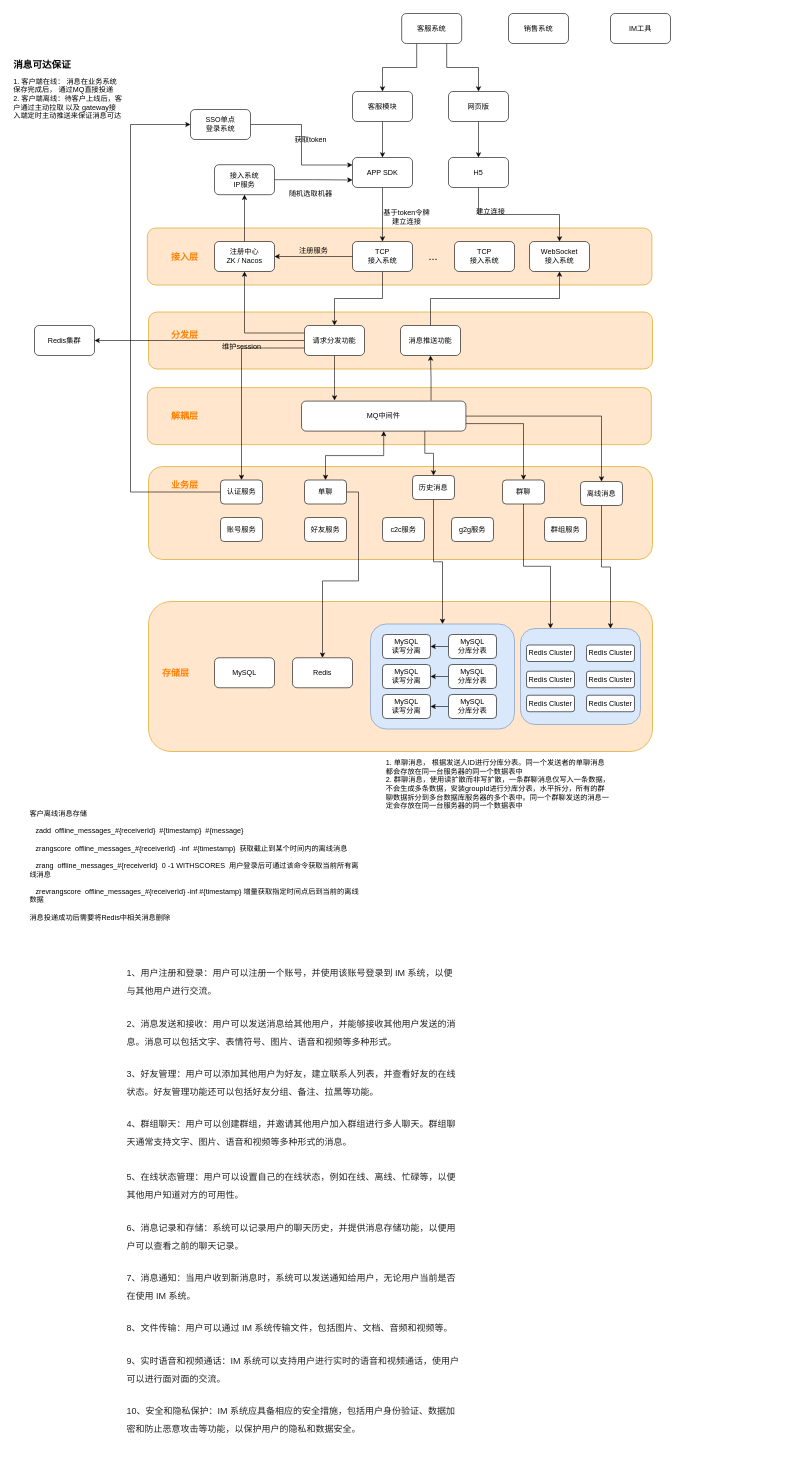
Above: page "IM架构" (1 of 5) of docs/flowchart.drawio in linkypi/my-im (draw.io), before the change. Source tidied: cells renumbered, new cells numbered last; positions are measured from the earlier drawing's top-left corner, leaving out a move shared by most shapes. Both pictures are drawn from the tidied source at 60%, with x=0, y=0 at pixel (10, 13).
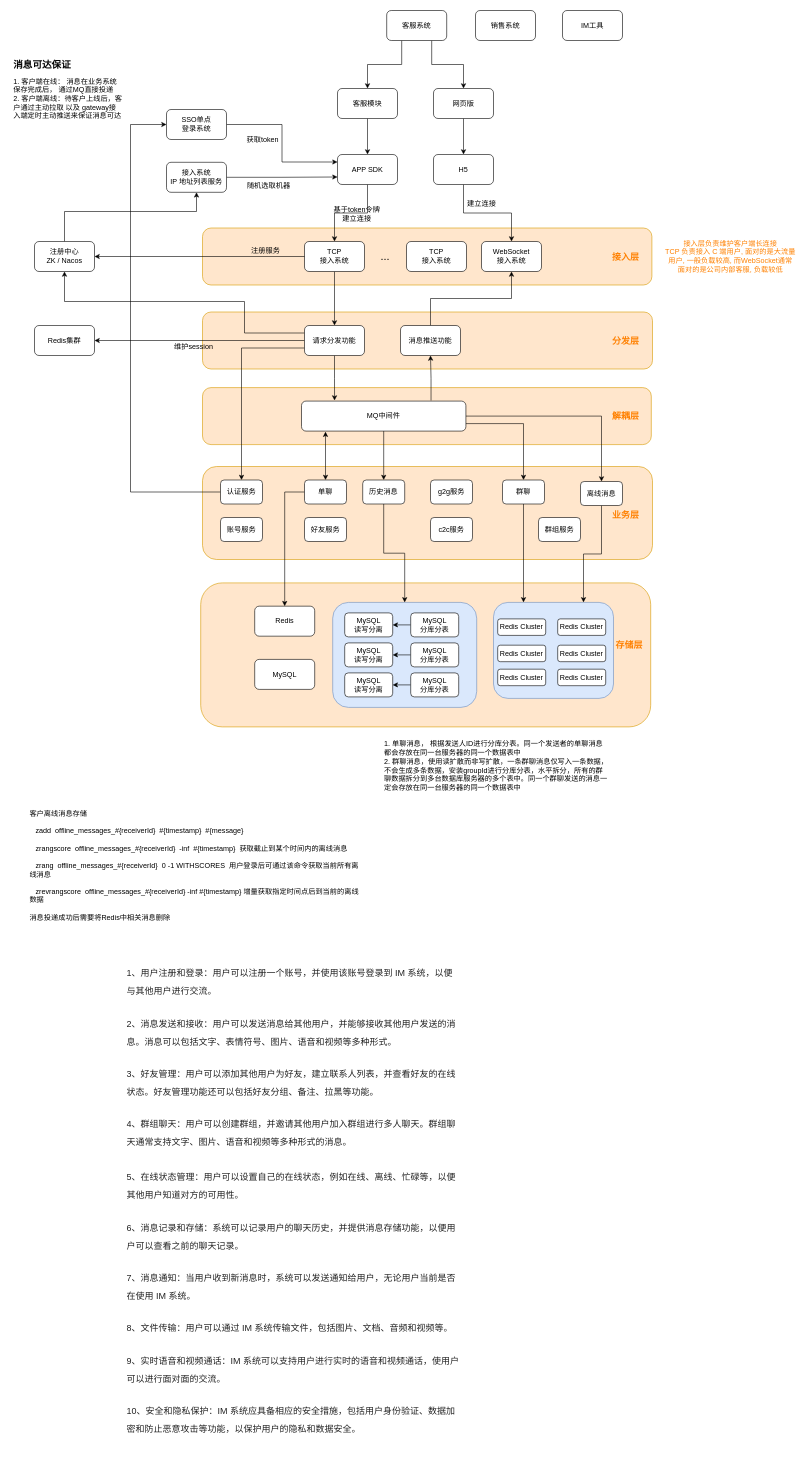
After the change.

Unchanged cells that the change refers to:
```xml
<mxCell id="16" value="请求分发功能" style="rounded=1;whiteSpace=wrap;html=1;" parent="1" vertex="1">
  <mxGeometry x="490" y="520" width="100" height="50" as="geometry" />
</mxCell>
<mxCell id="24" value="MQ中间件" style="rounded=1;whiteSpace=wrap;html=1;" parent="1" vertex="1">
  <mxGeometry x="485" y="646" width="274" height="50" as="geometry" />
</mxCell>
<mxCell id="32" value="单聊" style="rounded=1;whiteSpace=wrap;html=1;" parent="1" vertex="1">
  <mxGeometry x="490" y="777.5" width="70" height="40" as="geometry" />
</mxCell>
```

Diff of the diagram source:
```diff
@@
     <mxCell id="2" style="rounded=1;whiteSpace=wrap;html=1;fillColor=#ffe6cc;strokeColor=#d79b00;" parent="1" vertex="1">
-      <mxGeometry x="230" y="980" width="840" height="250" as="geometry" />
+      <mxGeometry x="317" y="949" width="750" height="240" as="geometry" />
     </mxCell>
     <mxCell id="3" style="rounded=1;whiteSpace=wrap;html=1;fillColor=#dae8fc;strokeColor=#6c8ebf;" parent="1" vertex="1">
-      <mxGeometry x="600" y="1017.5" width="240" height="175" as="geometry" />
+      <mxGeometry x="537" y="981.5" width="240" height="175" as="geometry" />
     </mxCell>
     <mxCell id="4" style="rounded=1;whiteSpace=wrap;html=1;fillColor=#ffe6cc;strokeColor=#d79b00;" parent="1" vertex="1">
-      <mxGeometry x="230" y="497.5" width="840" height="95" as="geometry" />
+      <mxGeometry x="320" y="497.5" width="750" height="95" as="geometry" />
     </mxCell>
     <mxCell id="5" style="rounded=1;whiteSpace=wrap;html=1;fillColor=#ffe6cc;strokeColor=#d79b00;" parent="1" vertex="1">
-      <mxGeometry x="228" y="623.5" width="840" height="95" as="geometry" />
+      <mxGeometry x="320" y="623.5" width="748" height="95" as="geometry" />
     </mxCell>
     <mxCell id="6" style="rounded=1;whiteSpace=wrap;html=1;fillColor=#dae8fc;strokeColor=#6c8ebf;" parent="1" vertex="1">
-      <mxGeometry x="850" y="1025" width="200" height="160" as="geometry" />
+      <mxGeometry x="805" y="981.5" width="200" height="160" as="geometry" />
     </mxCell>
     <mxCell id="7" style="rounded=1;whiteSpace=wrap;html=1;fillColor=#ffe6cc;strokeColor=#d79b00;" parent="1" vertex="1">
-      <mxGeometry x="230" y="755" width="840" height="155" as="geometry" />
+      <mxGeometry x="320" y="755" width="750" height="155" as="geometry" />
     </mxCell>
     <mxCell id="8" style="rounded=1;whiteSpace=wrap;html=1;fillColor=#ffe6cc;strokeColor=#d79b00;" parent="1" vertex="1">
-      <mxGeometry x="228" y="357.5" width="841" height="95" as="geometry" />
+      <mxGeometry x="320" y="357.5" width="749" height="95" as="geometry" />
     </mxCell>
@@
     <mxCell id="10" value="TCP&lt;br&gt;接入系统" style="rounded=1;whiteSpace=wrap;html=1;" parent="1" vertex="1">
-      <mxGeometry x="570" y="380" width="100" height="50" as="geometry" />
+      <mxGeometry x="490" y="380" width="100" height="50" as="geometry" />
     </mxCell>
     <mxCell id="11" value="WebSocket&lt;br&gt;接入系统" style="rounded=1;whiteSpace=wrap;html=1;" parent="1" vertex="1">
-      <mxGeometry x="865" y="380" width="100" height="50" as="geometry" />
+      <mxGeometry x="785" y="380" width="100" height="50" as="geometry" />
     </mxCell>
@@
     <mxCell id="14" style="edgeStyle=orthogonalEdgeStyle;rounded=0;jettySize=auto;html=1;exitX=0;exitY=0.25;exitDx=0;exitDy=0;entryX=0.5;entryY=1;entryDx=0;entryDy=0;" parent="1" edge="1" source="16" target="56">
-      <mxGeometry relative="1" as="geometry" />
+      <mxGeometry relative="1" as="geometry">
+        <Array as="points">
+          <mxPoint x="390" y="533" />
+          <mxPoint x="390" y="480" />
+          <mxPoint x="90" y="480" />
+        </Array>
+      </mxGeometry>
     </mxCell>
@@
-    <mxCell id="20" style="edgeStyle=orthogonalEdgeStyle;rounded=0;jettySize=auto;html=1;exitX=0.5;exitY=1;exitDx=0;exitDy=0;entryX=0.5;entryY=0;entryDx=0;entryDy=0;startArrow=classic;startFill=1;" parent="1" edge="1" source="24" target="32">
+    <mxCell id="20" style="edgeStyle=orthogonalEdgeStyle;rounded=0;jettySize=auto;html=1;exitX=0.146;exitY=1.02;exitDx=0;exitDy=0;entryX=0.5;entryY=0;entryDx=0;entryDy=0;startArrow=classic;startFill=1;exitPerimeter=0;" parent="1" edge="1" source="24" target="32">
       <mxGeometry relative="1" as="geometry" />
     </mxCell>
@@
-    <mxCell id="22" style="edgeStyle=orthogonalEdgeStyle;rounded=0;jettySize=auto;html=1;exitX=0.75;exitY=1;exitDx=0;exitDy=0;entryX=0.5;entryY=0;entryDx=0;entryDy=0;" parent="1" edge="1" source="24" target="71">
+    <mxCell id="22" style="edgeStyle=orthogonalEdgeStyle;rounded=0;jettySize=auto;html=1;exitX=0.5;exitY=1;exitDx=0;exitDy=0;entryX=0.5;entryY=0;entryDx=0;entryDy=0;" parent="1" edge="1" source="24" target="71">
       <mxGeometry relative="1" as="geometry" />
     </mxCell>
@@
     <mxCell id="26" value="APP SDK" style="rounded=1;whiteSpace=wrap;html=1;" parent="1" vertex="1">
-      <mxGeometry x="570" y="240" width="100" height="50" as="geometry" />
+      <mxGeometry x="545" y="235" width="100" height="50" as="geometry" />
     </mxCell>
@@
     <mxCell id="28" value="H5" style="rounded=1;whiteSpace=wrap;html=1;" parent="1" vertex="1">
-      <mxGeometry x="730" y="240" width="100" height="50" as="geometry" />
+      <mxGeometry x="705" y="235" width="100" height="50" as="geometry" />
     </mxCell>
     <mxCell id="29" value="基于token令牌&lt;br&gt;建立连接" style="text;html=1;align=center;verticalAlign=middle;strokeColor=none;fillColor=none;" parent="1" vertex="1">
-      <mxGeometry x="610" y="320" width="100" height="40" as="geometry" />
+      <mxGeometry x="527" y="315" width="100" height="40" as="geometry" />
     </mxCell>
     <mxCell id="30" value="建立连接" style="text;html=1;align=center;verticalAlign=middle;strokeColor=none;fillColor=none;" parent="1" vertex="1">
-      <mxGeometry x="765" y="315" width="70" height="30" as="geometry" />
+      <mxGeometry x="750" y="302" width="70" height="30" as="geometry" />
     </mxCell>
-    <mxCell id="31" style="edgeStyle=orthogonalEdgeStyle;rounded=0;jettySize=auto;html=1;exitX=1;exitY=0.5;exitDx=0;exitDy=0;entryX=0.5;entryY=0;entryDx=0;entryDy=0;" parent="1" edge="1" source="32" target="39">
+    <mxCell id="31" style="edgeStyle=orthogonalEdgeStyle;rounded=0;jettySize=auto;html=1;exitX=0;exitY=0.5;exitDx=0;exitDy=0;entryX=0.5;entryY=0;entryDx=0;entryDy=0;" parent="1" edge="1" source="32" target="39">
       <mxGeometry relative="1" as="geometry" />
     </mxCell>
@@
     <mxCell id="39" value="Redis" style="rounded=1;whiteSpace=wrap;html=1;" parent="1" vertex="1">
-      <mxGeometry x="470" y="1073.8" width="100" height="50" as="geometry" />
+      <mxGeometry x="407" y="987.8" width="100" height="50" as="geometry" />
     </mxCell>
     <mxCell id="40" value="MySQL" style="rounded=1;whiteSpace=wrap;html=1;" parent="1" vertex="1">
-      <mxGeometry x="340" y="1073.8" width="100" height="50" as="geometry" />
+      <mxGeometry x="407" y="1076.5" width="100" height="50" as="geometry" />
     </mxCell>
@@
     <mxCell id="42" value="客服模块" style="rounded=1;whiteSpace=wrap;html=1;" parent="1" vertex="1">
-      <mxGeometry x="570" y="130" width="100" height="50" as="geometry" />
+      <mxGeometry x="545" y="125" width="100" height="50" as="geometry" />
     </mxCell>
@@
     <mxCell id="44" value="网页版" style="rounded=1;whiteSpace=wrap;html=1;" parent="1" vertex="1">
-      <mxGeometry x="730" y="130" width="100" height="50" as="geometry" />
+      <mxGeometry x="705" y="125" width="100" height="50" as="geometry" />
     </mxCell>
@@
     <mxCell id="46" value="SSO单点&lt;br&gt;登录系统" style="rounded=1;whiteSpace=wrap;html=1;" parent="1" vertex="1">
-      <mxGeometry x="300" y="160" width="100" height="50" as="geometry" />
+      <mxGeometry x="260" y="160" width="100" height="50" as="geometry" />
     </mxCell>
     <mxCell id="47" value="获取token" style="text;html=1;align=center;verticalAlign=middle;strokeColor=none;fillColor=none;" parent="1" vertex="1">
-      <mxGeometry x="460" y="195" width="80" height="30" as="geometry" />
+      <mxGeometry x="380" y="195" width="80" height="30" as="geometry" />
     </mxCell>
@@
     <mxCell id="50" value="客服系统" style="rounded=1;whiteSpace=wrap;html=1;" parent="1" vertex="1">
-      <mxGeometry x="652" width="100" height="50" as="geometry" />
+      <mxGeometry x="627" y="-5" width="100" height="50" as="geometry" />
     </mxCell>
     <mxCell id="51" value="销售系统" style="rounded=1;whiteSpace=wrap;html=1;" parent="1" vertex="1">
-      <mxGeometry x="830" width="100" height="50" as="geometry" />
+      <mxGeometry x="775" y="-5" width="100" height="50" as="geometry" />
     </mxCell>
     <mxCell id="52" value="IM工具" style="rounded=1;whiteSpace=wrap;html=1;" parent="1" vertex="1">
-      <mxGeometry x="1000" width="100" height="50" as="geometry" />
+      <mxGeometry x="920" y="-5" width="100" height="50" as="geometry" />
     </mxCell>
@@
-    <mxCell id="54" value="接入系统&lt;br&gt;IP服务" style="rounded=1;whiteSpace=wrap;html=1;" parent="1" vertex="1">
-      <mxGeometry x="340" y="252" width="100" height="50" as="geometry" />
+    <mxCell id="54" value="接入系统&lt;br&gt;IP 地址列表服务" style="rounded=1;whiteSpace=wrap;html=1;" parent="1" vertex="1">
+      <mxGeometry x="260" y="248" width="100" height="50" as="geometry" />
     </mxCell>
     <mxCell id="55" style="edgeStyle=orthogonalEdgeStyle;rounded=0;jettySize=auto;html=1;exitX=0.5;exitY=0;exitDx=0;exitDy=0;entryX=0.5;entryY=1;entryDx=0;entryDy=0;" parent="1" edge="1" source="56" target="54">
-      <mxGeometry relative="1" as="geometry" />
+      <mxGeometry relative="1" as="geometry">
+        <Array as="points">
+          <mxPoint x="90" y="330" />
+          <mxPoint x="310" y="330" />
+        </Array>
+      </mxGeometry>
     </mxCell>
     <mxCell id="56" value="注册中心&lt;br&gt;ZK / Nacos" style="rounded=1;whiteSpace=wrap;html=1;" parent="1" vertex="1">
-      <mxGeometry x="340" y="380" width="100" height="50" as="geometry" />
+      <mxGeometry x="40" y="380" width="100" height="50" as="geometry" />
     </mxCell>
     <mxCell id="57" value="注册服务" style="text;html=1;align=center;verticalAlign=middle;strokeColor=none;fillColor=none;" parent="1" vertex="1">
-      <mxGeometry x="470" y="380" width="70" height="30" as="geometry" />
+      <mxGeometry x="390" y="380" width="70" height="30" as="geometry" />
     </mxCell>
     <mxCell id="58" value="TCP&lt;br&gt;接入系统" style="rounded=1;whiteSpace=wrap;html=1;" parent="1" vertex="1">
-      <mxGeometry x="740" y="380" width="100" height="50" as="geometry" />
+      <mxGeometry x="660" y="380" width="100" height="50" as="geometry" />
     </mxCell>
     <mxCell id="59" value="随机选取机器" style="text;html=1;align=center;verticalAlign=middle;strokeColor=none;fillColor=none;" parent="1" vertex="1">
-      <mxGeometry x="450" y="285" width="100" height="30" as="geometry" />
+      <mxGeometry x="380" y="272" width="100" height="30" as="geometry" />
     </mxCell>
-    <mxCell id="60" style="edgeStyle=orthogonalEdgeStyle;rounded=0;jettySize=auto;html=1;exitX=0;exitY=0.5;exitDx=0;exitDy=0;entryX=1;entryY=0.5;entryDx=0;entryDy=0;" parent="1" edge="1" source="10" target="56">
-      <mxGeometry relative="1" as="geometry">
-        <Array as="points">
-          <mxPoint x="510" y="405" />
-          <mxPoint x="510" y="405" />
-        </Array>
-      </mxGeometry>
+    <mxCell id="60" style="edgeStyle=orthogonalEdgeStyle;rounded=0;jettySize=auto;html=1;entryX=1;entryY=0.5;entryDx=0;entryDy=0;exitX=0;exitY=0.5;exitDx=0;exitDy=0;" parent="1" edge="1" source="10" target="56">
+      <mxGeometry relative="1" as="geometry" />
     </mxCell>
     <mxCell id="61" value="..." style="text;html=1;align=center;verticalAlign=middle;strokeColor=none;fillColor=none;fontSize=18;fontColor=#000000;" parent="1" vertex="1">
-      <mxGeometry x="684" y="385" width="40" height="40" as="geometry" />
+      <mxGeometry x="604" y="385" width="40" height="40" as="geometry" />
     </mxCell>
@@
     <mxCell id="63" value="维护session" style="text;html=1;align=center;verticalAlign=middle;strokeColor=none;fillColor=none;" parent="1" vertex="1">
-      <mxGeometry x="340" y="540" width="90" height="30" as="geometry" />
+      <mxGeometry x="260" y="540" width="90" height="30" as="geometry" />
     </mxCell>
     <mxCell id="64" value="业务层" style="text;html=1;align=center;verticalAlign=middle;fillColor=none;fontColor=#FF8000;fontStyle=1;fontSize=15;" parent="1" vertex="1">
-      <mxGeometry x="255" y="770" width="70" height="30" as="geometry" />
+      <mxGeometry x="990" y="820" width="70" height="30" as="geometry" />
     </mxCell>
     <mxCell id="65" value="存储层" style="text;html=1;align=center;verticalAlign=middle;fillColor=none;fontColor=#FF8000;fontStyle=1;fontSize=15;" parent="1" vertex="1">
-      <mxGeometry x="240" y="1083.8" width="70" height="30" as="geometry" />
+      <mxGeometry x="996" y="1036.5" width="70" height="30" as="geometry" />
     </mxCell>
     <mxCell id="66" value="接入层" style="text;html=1;align=center;verticalAlign=middle;fillColor=none;fontColor=#FF8000;fontStyle=1;fontSize=15;" parent="1" vertex="1">
-      <mxGeometry x="255" y="390" width="70" height="30" as="geometry" />
+      <mxGeometry x="990" y="390" width="70" height="30" as="geometry" />
     </mxCell>
     <mxCell id="67" value="解耦层" style="text;html=1;align=center;verticalAlign=middle;fillColor=none;fontColor=#FF8000;fontStyle=1;fontSize=15;" parent="1" vertex="1">
-      <mxGeometry x="255" y="656" width="70" height="30" as="geometry" />
+      <mxGeometry x="990" y="656" width="70" height="30" as="geometry" />
     </mxCell>
     <mxCell id="68" value="分发层" style="text;html=1;align=center;verticalAlign=middle;fillColor=none;fontColor=#FF8000;fontStyle=1;fontSize=15;" parent="1" vertex="1">
-      <mxGeometry x="255" y="520" width="70" height="30" as="geometry" />
+      <mxGeometry x="990" y="530" width="70" height="30" as="geometry" />
     </mxCell>
@@
     <mxCell id="71" value="历史消息" style="rounded=1;whiteSpace=wrap;html=1;" parent="1" vertex="1">
-      <mxGeometry x="670" y="770" width="70" height="40" as="geometry" />
+      <mxGeometry x="587" y="777.5" width="70" height="40" as="geometry" />
     </mxCell>
     <mxCell id="72" value="Redis Cluster" style="rounded=1;whiteSpace=wrap;html=1;" parent="1" vertex="1">
-      <mxGeometry x="860" y="1052.5" width="80" height="27.5" as="geometry" />
+      <mxGeometry x="812" y="1009" width="80" height="27.5" as="geometry" />
     </mxCell>
@@
     <mxCell id="75" value="MySQL&lt;br&gt;分库分表" style="rounded=1;whiteSpace=wrap;html=1;" parent="1" vertex="1">
-      <mxGeometry x="730" y="1035" width="80" height="40" as="geometry" />
+      <mxGeometry x="667" y="999" width="80" height="40" as="geometry" />
     </mxCell>
@@
     <mxCell id="77" value="MySQL&lt;br&gt;分库分表" style="rounded=1;whiteSpace=wrap;html=1;" parent="1" vertex="1">
-      <mxGeometry x="730" y="1085" width="80" height="40" as="geometry" />
+      <mxGeometry x="667" y="1049" width="80" height="40" as="geometry" />
     </mxCell>
@@
     <mxCell id="79" value="MySQL&lt;br&gt;分库分表" style="rounded=1;whiteSpace=wrap;html=1;" parent="1" vertex="1">
-      <mxGeometry x="730" y="1135" width="80" height="40" as="geometry" />
+      <mxGeometry x="667" y="1099" width="80" height="40" as="geometry" />
     </mxCell>
     <mxCell id="80" value="MySQL&lt;br&gt;读写分离" style="rounded=1;whiteSpace=wrap;html=1;" parent="1" vertex="1">
-      <mxGeometry x="620" y="1035" width="80" height="40" as="geometry" />
+      <mxGeometry x="557" y="999" width="80" height="40" as="geometry" />
     </mxCell>
     <mxCell id="81" value="MySQL&lt;br&gt;读写分离" style="rounded=1;whiteSpace=wrap;html=1;" parent="1" vertex="1">
-      <mxGeometry x="620" y="1085" width="80" height="40" as="geometry" />
+      <mxGeometry x="557" y="1049" width="80" height="40" as="geometry" />
     </mxCell>
     <mxCell id="82" value="MySQL&lt;br&gt;读写分离" style="rounded=1;whiteSpace=wrap;html=1;" parent="1" vertex="1">
-      <mxGeometry x="620" y="1135" width="80" height="40" as="geometry" />
+      <mxGeometry x="557" y="1099" width="80" height="40" as="geometry" />
     </mxCell>
     <mxCell id="83" value="Redis Cluster" style="rounded=1;whiteSpace=wrap;html=1;" parent="1" vertex="1">
-      <mxGeometry x="860" y="1096.2" width="80" height="27.5" as="geometry" />
+      <mxGeometry x="812" y="1052.8" width="80" height="27.5" as="geometry" />
     </mxCell>
     <mxCell id="84" value="Redis Cluster" style="rounded=1;whiteSpace=wrap;html=1;" parent="1" vertex="1">
-      <mxGeometry x="960" y="1052.5" width="80" height="27.5" as="geometry" />
+      <mxGeometry x="912" y="1009" width="80" height="27.5" as="geometry" />
     </mxCell>
     <mxCell id="85" value="Redis Cluster" style="rounded=1;whiteSpace=wrap;html=1;" parent="1" vertex="1">
-      <mxGeometry x="960" y="1096.2" width="80" height="27.5" as="geometry" />
+      <mxGeometry x="912" y="1052.8" width="80" height="27.5" as="geometry" />
     </mxCell>
     <mxCell id="86" value="Redis Cluster" style="rounded=1;whiteSpace=wrap;html=1;" parent="1" vertex="1">
-      <mxGeometry x="960" y="1136.2" width="80" height="27.5" as="geometry" />
+      <mxGeometry x="912" y="1092.8" width="80" height="27.5" as="geometry" />
     </mxCell>
     <mxCell id="87" value="Redis Cluster" style="rounded=1;whiteSpace=wrap;html=1;" parent="1" vertex="1">
-      <mxGeometry x="860" y="1136.2" width="80" height="27.5" as="geometry" />
+      <mxGeometry x="812" y="1092.8" width="80" height="27.5" as="geometry" />
     </mxCell>
     <mxCell id="88" value="1. 单聊消息， 根据发送人ID进行分库分表。同一个发送者的单聊消息都会存放在同一台服务器的同一个数据表中&lt;br&gt;2. 群聊消息，使用读扩散而非写扩散，一条群聊消息仅写入一条数据，不会生成多条数据，安装groupId进行分库分表，水平拆分，所有的群聊数据拆分到多台数据库服务器的多个表中。同一个群聊发送的消息一定会存放在同一台服务器的同一个数据表中" style="rounded=1;whiteSpace=wrap;html=1;strokeColor=none;align=left;" parent="1" vertex="1">
-      <mxGeometry x="624" y="1240" width="376" height="90" as="geometry" />
+      <mxGeometry x="621" y="1209" width="376" height="90" as="geometry" />
     </mxCell>
@@
     <mxCell id="92" value="c2c服务" style="rounded=1;whiteSpace=wrap;html=1;" parent="1" vertex="1">
-      <mxGeometry x="620" y="840" width="70" height="40" as="geometry" />
+      <mxGeometry x="700" y="840" width="70" height="40" as="geometry" />
     </mxCell>
     <mxCell id="93" value="g2g服务" style="rounded=1;whiteSpace=wrap;html=1;" parent="1" vertex="1">
-      <mxGeometry x="735" y="840" width="70" height="40" as="geometry" />
+      <mxGeometry x="700" y="777.5" width="70" height="40" as="geometry" />
     </mxCell>
     <mxCell id="94" value="群组服务" style="rounded=1;whiteSpace=wrap;html=1;" parent="1" vertex="1">
-      <mxGeometry x="890" y="840" width="70" height="40" as="geometry" />
+      <mxGeometry x="880" y="840" width="70" height="40" as="geometry" />
     </mxCell>
+    <mxCell id="95" value="接入层负责维护客户端长连接&lt;br style=&quot;border-color: var(--border-color);&quot;&gt;&lt;span style=&quot;&quot;&gt;TCP 负责接入 C 端用户, 面对的是大流量用户, 一般负载较高, 而WebSocket通常面对的是公司内部客服, 负载较低&lt;/span&gt;" style="rounded=1;whiteSpace=wrap;html=1;fontColor=#FF8000;strokeColor=none;" parent="1" vertex="1">
+      <mxGeometry x="1090" y="365" width="220" height="80" as="geometry" />
+    </mxCell>
```
